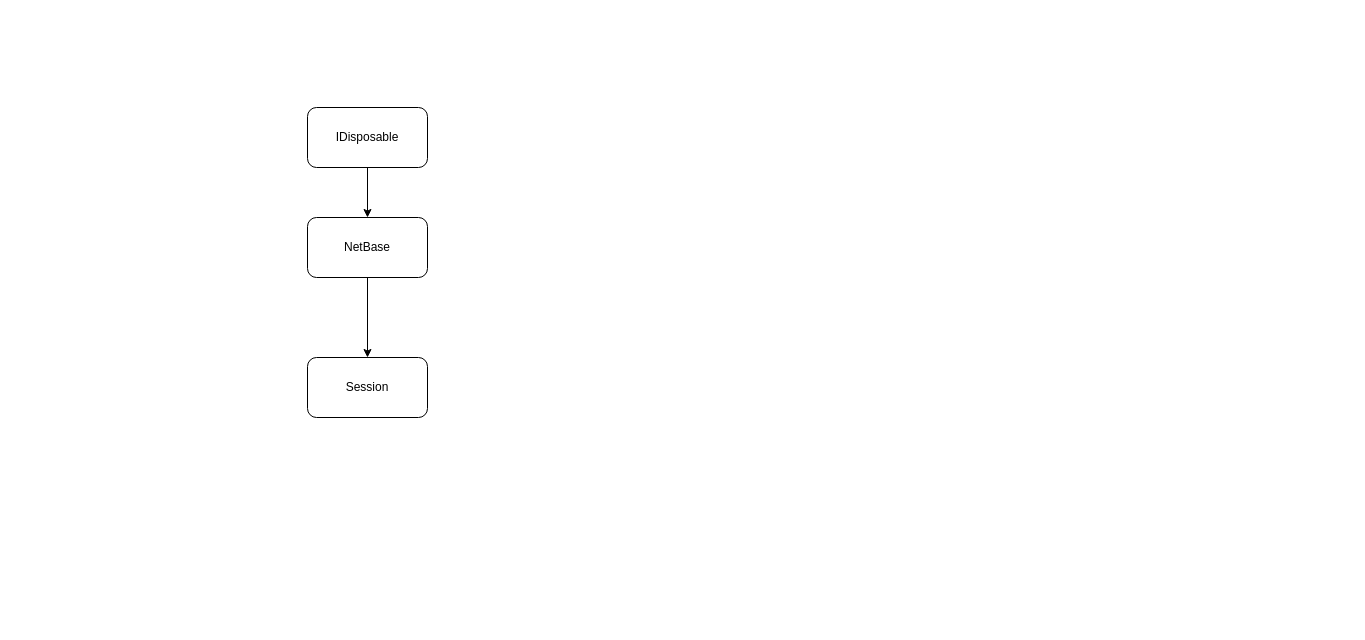
The draw.io diagram Lockstep-Tutoria.drawio in chhelloworld/DrawRepository, before the edit. Source tidied: cells renumbered, new cells numbered last; positions are measured from the earlier drawing's top-left corner, leaving out a move shared by most shapes. Both pictures are drawn from the tidied source at 100%, with x=0, y=0 at pixel (307, 107).
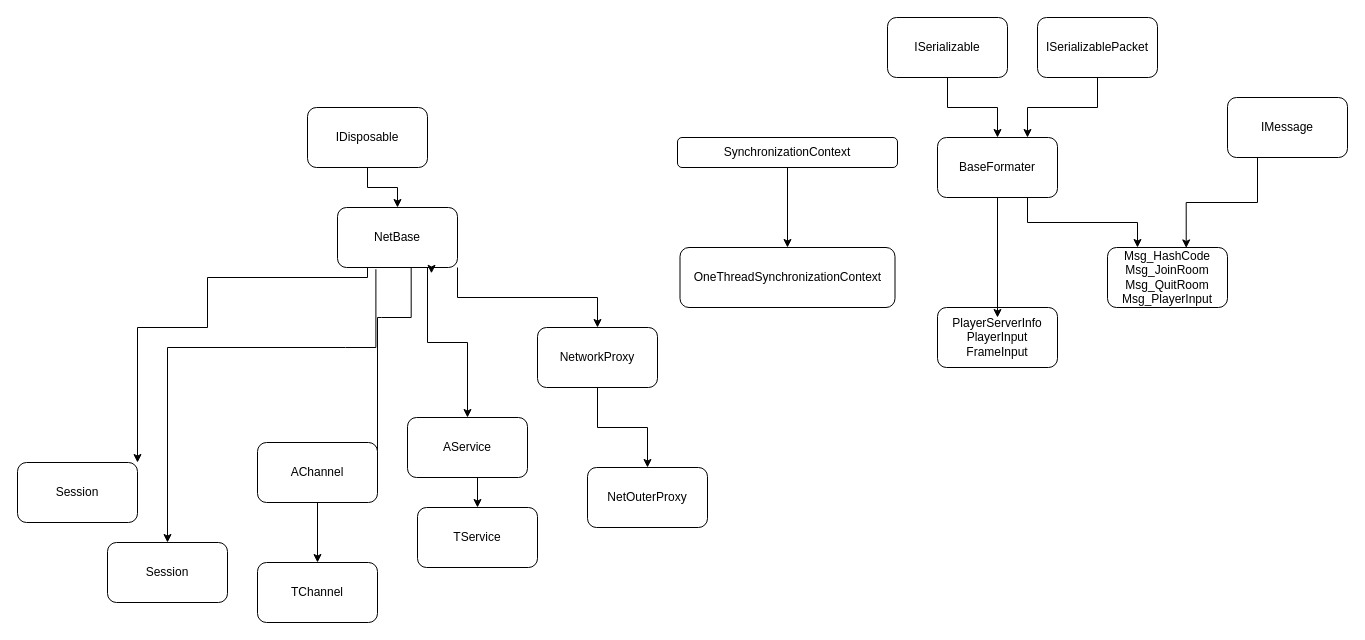
The same diagram, later.

Change to the diagram source:
```diff
@@
-    <mxCell id="4" style="edgeStyle=orthogonalEdgeStyle;rounded=0;jettySize=auto;html=1;exitX=0.5;exitY=1;exitDx=0;exitDy=0;" parent="1" edge="1" source="5" target="6">
-      <mxGeometry relative="1" as="geometry" />
+    <mxCell id="4" style="edgeStyle=orthogonalEdgeStyle;rounded=0;jettySize=auto;html=1;exitX=0.32;exitY=1.029;exitDx=0;exitDy=0;exitPerimeter=0;" parent="1" edge="1" source="5" target="6">
+      <mxGeometry relative="1" as="geometry">
+        <Array as="points">
+          <mxPoint x="38" y="240" />
+          <mxPoint x="-40" y="240" />
+        </Array>
+      </mxGeometry>
     </mxCell>
+    <mxCell id="7" style="edgeStyle=orthogonalEdgeStyle;rounded=0;jettySize=auto;html=1;exitX=0.614;exitY=0.996;exitDx=0;exitDy=0;entryX=0;entryY=0.5;entryDx=0;entryDy=0;exitPerimeter=0;" parent="1" edge="1" source="5" target="12">
+      <mxGeometry relative="1" as="geometry">
+        <Array as="points">
+          <mxPoint x="74" y="210" />
+          <mxPoint x="70" y="210" />
+          <mxPoint x="70" y="300" />
+        </Array>
+      </mxGeometry>
+    </mxCell>
+    <mxCell id="8" style="edgeStyle=orthogonalEdgeStyle;rounded=0;jettySize=auto;html=1;exitX=0.75;exitY=1;exitDx=0;exitDy=0;" parent="1" edge="1" source="5" target="16">
+      <mxGeometry relative="1" as="geometry" />
+    </mxCell>
+    <mxCell id="9" style="edgeStyle=orthogonalEdgeStyle;rounded=0;jettySize=auto;html=1;exitX=0.25;exitY=1;exitDx=0;exitDy=0;" parent="1" edge="1" source="5" target="18">
+      <mxGeometry relative="1" as="geometry">
+        <Array as="points">
+          <mxPoint x="-100" y="170" />
+          <mxPoint x="-100" y="220" />
+          <mxPoint x="-170" y="220" />
+        </Array>
+      </mxGeometry>
+    </mxCell>
+    <mxCell id="10" style="edgeStyle=orthogonalEdgeStyle;rounded=0;jettySize=auto;html=1;exitX=1;exitY=1;exitDx=0;exitDy=0;" parent="1" edge="1" source="5" target="20">
+      <mxGeometry relative="1" as="geometry" />
+    </mxCell>
     <mxCell id="5" value="NetBase" style="rounded=1;whiteSpace=wrap;html=1;" parent="1" vertex="1">
-      <mxGeometry y="110" width="120" height="60" as="geometry" />
+      <mxGeometry x="30" y="100" width="120" height="60" as="geometry" />
     </mxCell>
     <mxCell id="6" value="Session" style="rounded=1;whiteSpace=wrap;html=1;" parent="1" vertex="1">
-      <mxGeometry y="250" width="120" height="60" as="geometry" />
+      <mxGeometry x="-200" y="435" width="120" height="60" as="geometry" />
     </mxCell>
+    <mxCell id="11" style="edgeStyle=orthogonalEdgeStyle;rounded=0;jettySize=auto;html=1;exitX=0.5;exitY=1;exitDx=0;exitDy=0;entryX=0.5;entryY=0;entryDx=0;entryDy=0;" parent="1" edge="1" source="12" target="13">
+      <mxGeometry relative="1" as="geometry" />
+    </mxCell>
+    <mxCell id="12" value="AChannel" style="rounded=1;whiteSpace=wrap;html=1;" parent="1" vertex="1">
+      <mxGeometry x="-50" y="335" width="120" height="60" as="geometry" />
+    </mxCell>
+    <mxCell id="13" value="TChannel" style="rounded=1;whiteSpace=wrap;html=1;" parent="1" vertex="1">
+      <mxGeometry x="-50" y="455" width="120" height="60" as="geometry" />
+    </mxCell>
+    <mxCell id="14" value="TService" style="rounded=1;whiteSpace=wrap;html=1;" parent="1" vertex="1">
+      <mxGeometry x="110" y="400" width="120" height="60" as="geometry" />
+    </mxCell>
+    <mxCell id="15" style="edgeStyle=orthogonalEdgeStyle;rounded=0;jettySize=auto;html=1;exitX=0.5;exitY=1;exitDx=0;exitDy=0;entryX=0.5;entryY=0;entryDx=0;entryDy=0;" parent="1" edge="1" source="16" target="14">
+      <mxGeometry relative="1" as="geometry" />
+    </mxCell>
+    <mxCell id="16" value="AService" style="rounded=1;whiteSpace=wrap;html=1;" parent="1" vertex="1">
+      <mxGeometry x="100" y="310" width="120" height="60" as="geometry" />
+    </mxCell>
+    <mxCell id="17" style="edgeStyle=orthogonalEdgeStyle;rounded=0;orthogonalLoop=1;jettySize=auto;html=1;exitX=0.75;exitY=1;exitDx=0;exitDy=0;entryX=0.783;entryY=1.097;entryDx=0;entryDy=0;entryPerimeter=0;" parent="1" edge="1" source="5" target="5">
+      <mxGeometry relative="1" as="geometry" />
+    </mxCell>
+    <mxCell id="18" value="Session" style="rounded=1;whiteSpace=wrap;html=1;" parent="1" vertex="1">
+      <mxGeometry x="-290" y="355" width="120" height="60" as="geometry" />
+    </mxCell>
+    <mxCell id="19" style="edgeStyle=orthogonalEdgeStyle;rounded=0;jettySize=auto;html=1;exitX=0.5;exitY=1;exitDx=0;exitDy=0;" parent="1" edge="1" source="20" target="21">
+      <mxGeometry relative="1" as="geometry" />
+    </mxCell>
+    <mxCell id="20" value="NetworkProxy" style="rounded=1;whiteSpace=wrap;html=1;" parent="1" vertex="1">
+      <mxGeometry x="230" y="220" width="120" height="60" as="geometry" />
+    </mxCell>
+    <mxCell id="21" value="NetOuterProxy" style="rounded=1;whiteSpace=wrap;html=1;" parent="1" vertex="1">
+      <mxGeometry x="280" y="360" width="120" height="60" as="geometry" />
+    </mxCell>
+    <mxCell id="22" value="OneThreadSynchronizationContext" style="rounded=1;whiteSpace=wrap;html=1;" parent="1" vertex="1">
+      <mxGeometry x="372.5" y="140" width="215" height="60" as="geometry" />
+    </mxCell>
+    <mxCell id="23" style="edgeStyle=orthogonalEdgeStyle;rounded=0;jettySize=auto;html=1;exitX=0.5;exitY=1;exitDx=0;exitDy=0;" parent="1" edge="1" source="24" target="22">
+      <mxGeometry relative="1" as="geometry" />
+    </mxCell>
+    <mxCell id="24" value="SynchronizationContext" style="rounded=1;whiteSpace=wrap;html=1;" parent="1" vertex="1">
+      <mxGeometry x="370" y="30" width="220" height="30" as="geometry" />
+    </mxCell>
+    <mxCell id="25" value="Msg_HashCode&lt;div&gt;Msg_JoinRoom&lt;br&gt;&lt;/div&gt;&lt;div&gt;Msg_QuitRoom&lt;br&gt;&lt;/div&gt;&lt;div&gt;Msg_PlayerInput&lt;br&gt;&lt;/div&gt;" style="rounded=1;whiteSpace=wrap;html=1;" parent="1" vertex="1">
+      <mxGeometry x="800" y="140" width="120" height="60" as="geometry" />
+    </mxCell>
+    <mxCell id="26" style="edgeStyle=orthogonalEdgeStyle;rounded=0;jettySize=auto;html=1;entryX=0.25;entryY=0;entryDx=0;entryDy=0;exitX=0.75;exitY=1;exitDx=0;exitDy=0;" parent="1" edge="1" source="27" target="25">
+      <mxGeometry relative="1" as="geometry" />
+    </mxCell>
+    <mxCell id="27" value="BaseFormater" style="rounded=1;whiteSpace=wrap;html=1;" parent="1" vertex="1">
+      <mxGeometry x="630" y="30" width="120" height="60" as="geometry" />
+    </mxCell>
+    <mxCell id="28" value="IMessage" style="rounded=1;whiteSpace=wrap;html=1;" parent="1" vertex="1">
+      <mxGeometry x="920" y="-10" width="120" height="60" as="geometry" />
+    </mxCell>
+    <mxCell id="29" style="edgeStyle=orthogonalEdgeStyle;rounded=0;jettySize=auto;html=1;exitX=0.25;exitY=1;exitDx=0;exitDy=0;entryX=0.656;entryY=0.007;entryDx=0;entryDy=0;entryPerimeter=0;" parent="1" edge="1" source="28" target="25">
+      <mxGeometry relative="1" as="geometry" />
+    </mxCell>
+    <mxCell id="30" value="PlayerServerInfo&lt;div&gt;PlayerInput&lt;br&gt;&lt;/div&gt;&lt;div&gt;FrameInput&lt;br&gt;&lt;/div&gt;" style="rounded=1;whiteSpace=wrap;html=1;" parent="1" vertex="1">
+      <mxGeometry x="630" y="200" width="120" height="60" as="geometry" />
+    </mxCell>
+    <mxCell id="31" style="edgeStyle=orthogonalEdgeStyle;rounded=0;jettySize=auto;html=1;exitX=0.5;exitY=1;exitDx=0;exitDy=0;entryX=0.5;entryY=0.167;entryDx=0;entryDy=0;entryPerimeter=0;" parent="1" edge="1" source="27" target="30">
+      <mxGeometry relative="1" as="geometry" />
+    </mxCell>
+    <mxCell id="32" style="edgeStyle=orthogonalEdgeStyle;rounded=0;jettySize=auto;html=1;exitX=0.5;exitY=1;exitDx=0;exitDy=0;" parent="1" edge="1" source="33" target="27">
+      <mxGeometry relative="1" as="geometry" />
+    </mxCell>
+    <mxCell id="33" value="ISerializable" style="rounded=1;whiteSpace=wrap;html=1;" parent="1" vertex="1">
+      <mxGeometry x="580" y="-90" width="120" height="60" as="geometry" />
+    </mxCell>
+    <mxCell id="34" style="edgeStyle=orthogonalEdgeStyle;rounded=0;jettySize=auto;html=1;exitX=0.5;exitY=1;exitDx=0;exitDy=0;entryX=0.75;entryY=0;entryDx=0;entryDy=0;" parent="1" edge="1" source="35" target="27">
+      <mxGeometry relative="1" as="geometry" />
+    </mxCell>
+    <mxCell id="35" value="ISerializablePacket" style="rounded=1;whiteSpace=wrap;html=1;" parent="1" vertex="1">
+      <mxGeometry x="730" y="-90" width="120" height="60" as="geometry" />
+    </mxCell>
```
